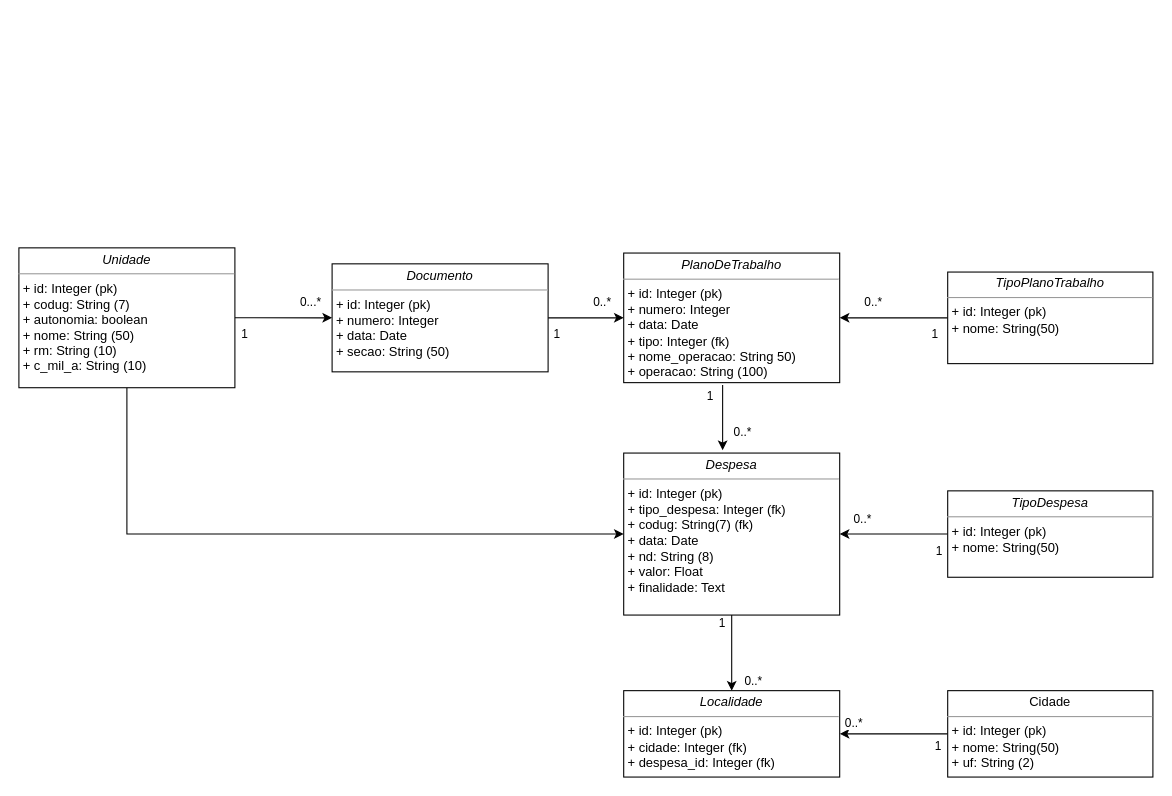
Earlier version of the draw.io diagram Diagrama.drawio (infopontes/siof). Source tidied: cells renumbered, new cells numbered last; positions are measured from the earlier drawing's top-left corner, leaving out a move shared by most shapes. Both pictures are drawn from the tidied source at 108%, with x=0, y=0 at pixel (18, 247).
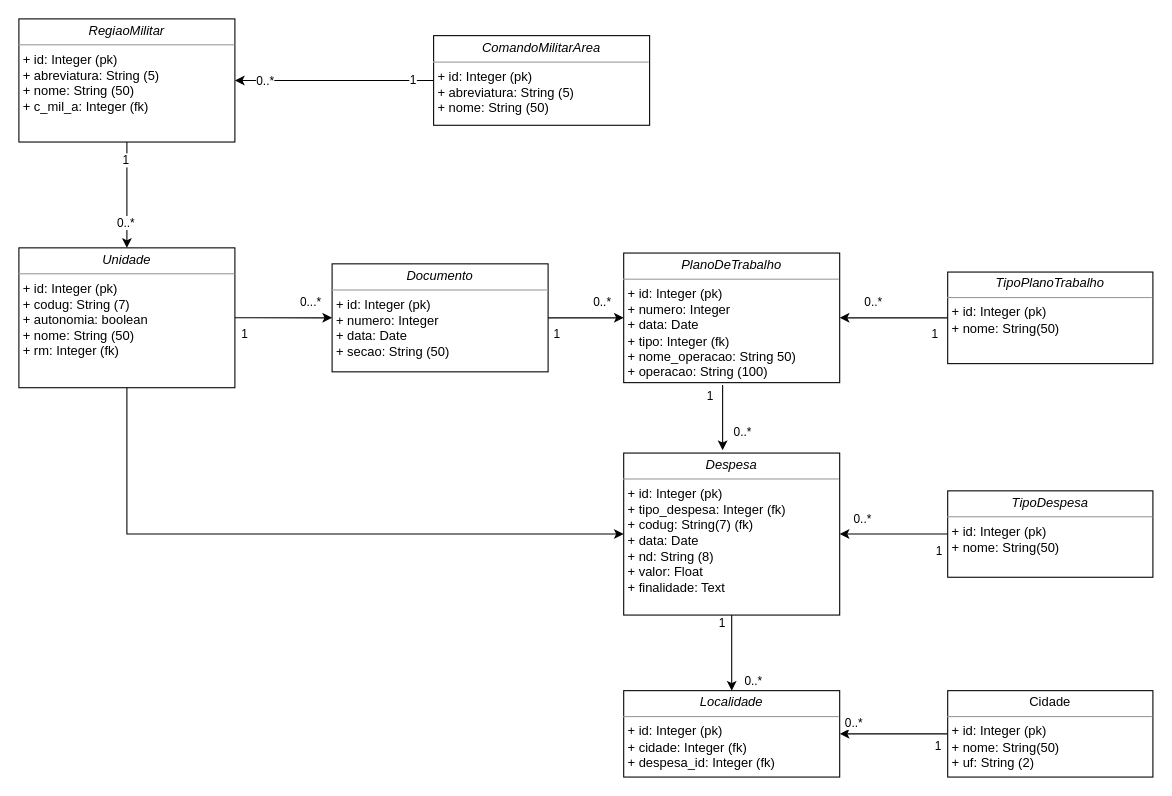
After the change.

Commit message:
Adicioneir as classes C Mil Area e RM

Change to the diagram source:
```diff
@@
-    <mxCell id="6" value="&lt;p style=&quot;margin: 0px ; margin-top: 4px ; text-align: center&quot;&gt;&lt;i&gt;Unidade&lt;/i&gt;&lt;/p&gt;&lt;hr size=&quot;1&quot;&gt;&lt;p style=&quot;margin: 0px ; margin-left: 4px&quot;&gt;+ id: Integer (pk)&lt;/p&gt;&lt;p style=&quot;margin: 0px ; margin-left: 4px&quot;&gt;+ codug: String (7)&lt;/p&gt;&lt;p style=&quot;margin: 0px ; margin-left: 4px&quot;&gt;+ autonomia: boolean&lt;br&gt;+ nome: String (50)&lt;/p&gt;&lt;p style=&quot;margin: 0px ; margin-left: 4px&quot;&gt;+ rm: String (10)&lt;/p&gt;&lt;p style=&quot;margin: 0px ; margin-left: 4px&quot;&gt;+ c_mil_a: String (10)&lt;/p&gt;&lt;p style=&quot;margin: 0px ; margin-left: 4px&quot;&gt;&lt;br&gt;&lt;/p&gt;" style="verticalAlign=top;align=left;overflow=fill;fontSize=12;fontFamily=Helvetica;html=1;rounded=0;shadow=0;comic=0;labelBackgroundColor=none;strokeWidth=1;" parent="1" vertex="1">
+    <mxCell id="6" value="&lt;p style=&quot;margin: 0px ; margin-top: 4px ; text-align: center&quot;&gt;&lt;i&gt;Unidade&lt;/i&gt;&lt;/p&gt;&lt;hr size=&quot;1&quot;&gt;&lt;p style=&quot;margin: 0px ; margin-left: 4px&quot;&gt;+ id: Integer (pk)&lt;/p&gt;&lt;p style=&quot;margin: 0px ; margin-left: 4px&quot;&gt;+ codug: String (7)&lt;/p&gt;&lt;p style=&quot;margin: 0px ; margin-left: 4px&quot;&gt;+ autonomia: boolean&lt;br&gt;+ nome: String (50)&lt;/p&gt;&lt;p style=&quot;margin: 0px ; margin-left: 4px&quot;&gt;+ rm: Integer (fk)&lt;/p&gt;&lt;p style=&quot;margin: 0px ; margin-left: 4px&quot;&gt;&lt;br&gt;&lt;/p&gt;" style="verticalAlign=top;align=left;overflow=fill;fontSize=12;fontFamily=Helvetica;html=1;rounded=0;shadow=0;comic=0;labelBackgroundColor=none;strokeWidth=1;" parent="1" vertex="1">
       <mxGeometry width="200" height="129.5" as="geometry" />
     </mxCell>
@@
+    <mxCell id="29" style="edgeStyle=none;html=1;entryX=1;entryY=0.5;entryDx=0;entryDy=0;" parent="1" edge="1" source="32" target="36">
+      <mxGeometry relative="1" as="geometry" />
+    </mxCell>
+    <mxCell id="30" value="1" style="edgeLabel;html=1;align=center;verticalAlign=middle;" parent="29" vertex="1">
+      <mxGeometry x="-0.78" y="-1" relative="1" as="geometry" />
+    </mxCell>
+    <mxCell id="31" value="0..*" style="edgeLabel;html=1;align=center;verticalAlign=middle;" parent="29" vertex="1">
+      <mxGeometry x="0.63" y="-1" relative="1" as="geometry">
+        <mxPoint x="-7" y="1" as="offset" />
+      </mxGeometry>
+    </mxCell>
+    <mxCell id="32" value="&lt;p style=&quot;margin: 0px ; margin-top: 4px ; text-align: center&quot;&gt;&lt;i&gt;ComandoMilitarArea&lt;/i&gt;&lt;/p&gt;&lt;hr size=&quot;1&quot;&gt;&lt;p style=&quot;margin: 0px ; margin-left: 4px&quot;&gt;+ id: Integer (pk)&lt;/p&gt;&lt;p style=&quot;margin: 0px ; margin-left: 4px&quot;&gt;+ abreviatura: String (5)&lt;/p&gt;&lt;p style=&quot;margin: 0px ; margin-left: 4px&quot;&gt;+ nome: String (50)&lt;/p&gt;&lt;p style=&quot;margin: 0px ; margin-left: 4px&quot;&gt;&lt;br&gt;&lt;/p&gt;" style="verticalAlign=top;align=left;overflow=fill;fontSize=12;fontFamily=Helvetica;html=1;rounded=0;shadow=0;comic=0;labelBackgroundColor=none;strokeWidth=1;" parent="1" vertex="1">
+      <mxGeometry x="384" y="-196.5" width="200" height="83" as="geometry" />
+    </mxCell>
+    <mxCell id="33" style="edgeStyle=none;html=1;entryX=0.5;entryY=0;entryDx=0;entryDy=0;" parent="1" edge="1" source="36" target="6">
+      <mxGeometry relative="1" as="geometry" />
+    </mxCell>
+    <mxCell id="34" value="1" style="edgeLabel;html=1;align=center;verticalAlign=middle;" parent="33" vertex="1">
+      <mxGeometry x="-0.68" y="-2" relative="1" as="geometry" />
+    </mxCell>
+    <mxCell id="35" value="0..*" style="edgeLabel;html=1;align=center;verticalAlign=middle;" parent="33" vertex="1">
+      <mxGeometry x="0.52" y="-2" relative="1" as="geometry" />
+    </mxCell>
+    <mxCell id="36" value="&lt;p style=&quot;margin: 0px ; margin-top: 4px ; text-align: center&quot;&gt;&lt;i&gt;RegiaoMilitar&lt;/i&gt;&lt;/p&gt;&lt;hr size=&quot;1&quot;&gt;&lt;p style=&quot;margin: 0px ; margin-left: 4px&quot;&gt;+ id: Integer (pk)&lt;/p&gt;&lt;p style=&quot;margin: 0px ; margin-left: 4px&quot;&gt;+ abreviatura: String (5)&lt;/p&gt;&lt;p style=&quot;margin: 0px ; margin-left: 4px&quot;&gt;+ nome: String (50)&lt;/p&gt;&lt;p style=&quot;margin: 0px ; margin-left: 4px&quot;&gt;+ c_mil_a: Integer (fk)&lt;/p&gt;&lt;p style=&quot;margin: 0px ; margin-left: 4px&quot;&gt;&lt;br&gt;&lt;/p&gt;" style="verticalAlign=top;align=left;overflow=fill;fontSize=12;fontFamily=Helvetica;html=1;rounded=0;shadow=0;comic=0;labelBackgroundColor=none;strokeWidth=1;" parent="1" vertex="1">
+      <mxGeometry y="-212" width="200" height="114" as="geometry" />
+    </mxCell>
```
